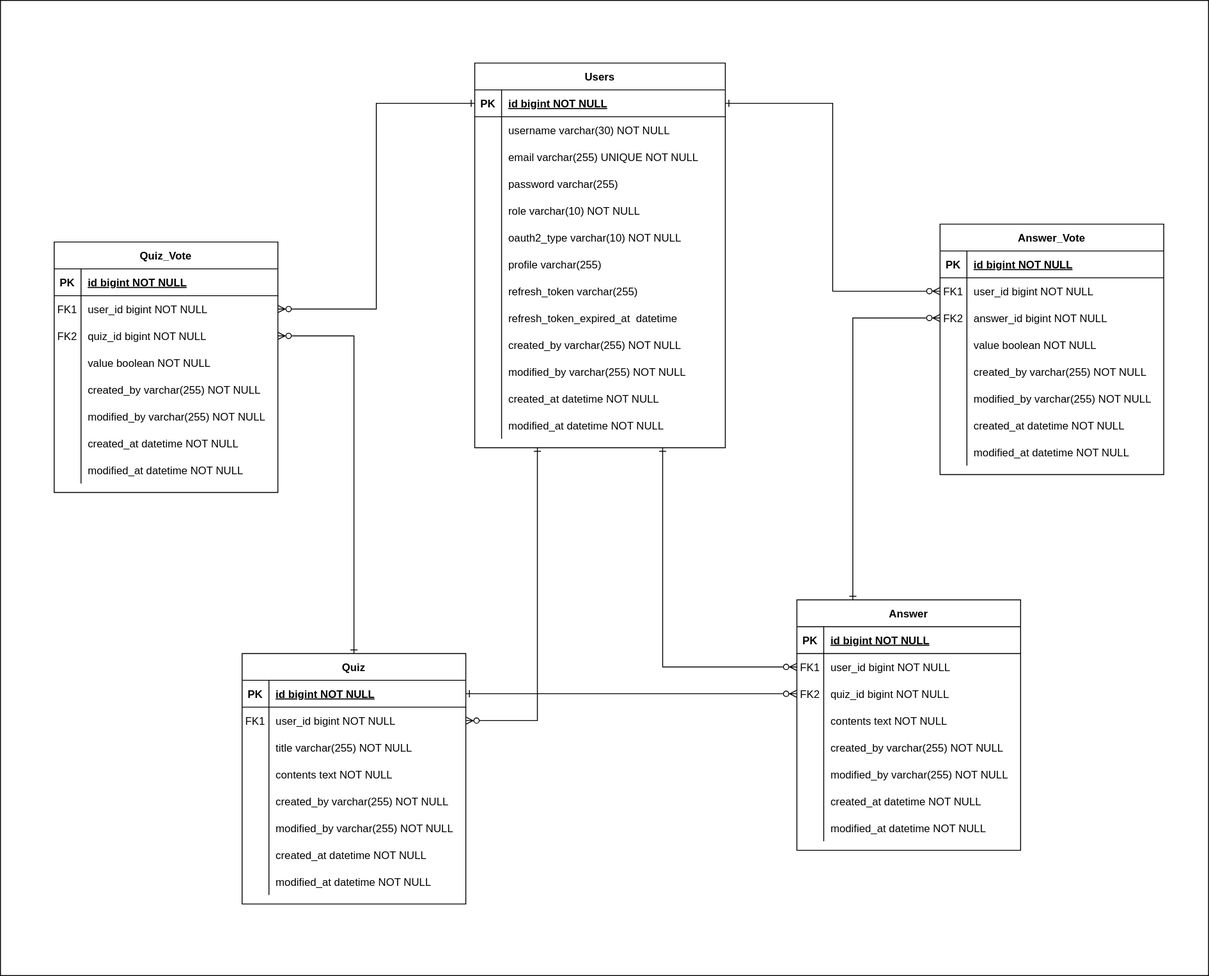
Earlier version of the draw.io export document/erd.svg (leesh5000/Quiz-Moa-BE). Source tidied: cells renumbered, new cells last; positions are measured from the earlier drawing's top-left corner, leaving out a move shared by most shapes.
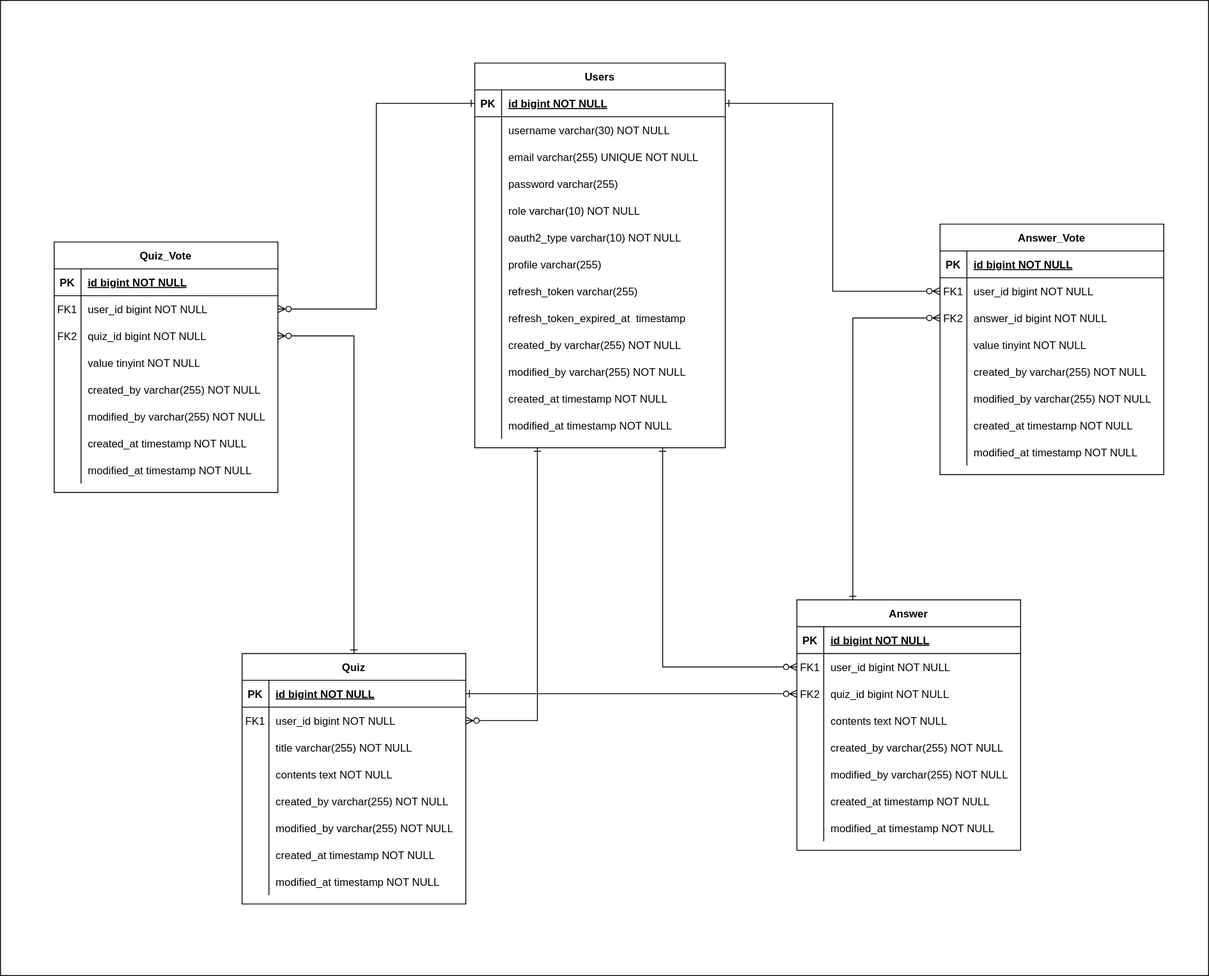
The same file after the commit.

What changed in the source:
```diff
@@ -68,7 +68,7 @@
     <mxCell id="23" style="shape=partialRectangle;overflow=hidden;fillColor=none;top=0;left=0;bottom=0;right=0;" parent="22" vertex="1">
       <mxGeometry width="30" height="30" as="geometry" />
     </mxCell>
-    <mxCell id="24" value="created_at datetime NOT NULL" style="shape=partialRectangle;overflow=hidden;fillColor=none;top=0;left=0;bottom=0;right=0;align=left;spacingLeft=6;" parent="22" vertex="1">
+    <mxCell id="24" value="created_at timestamp NOT NULL" style="shape=partialRectangle;overflow=hidden;fillColor=none;top=0;left=0;bottom=0;right=0;align=left;spacingLeft=6;" parent="22" vertex="1">
       <mxGeometry x="30" width="220" height="30" as="geometry" />
     </mxCell>
     <mxCell id="25" style="shape=partialRectangle;fillColor=none;top=0;left=0;right=0;bottom=0;" parent="3" vertex="1">
@@ -77,7 +77,7 @@
     <mxCell id="26" style="shape=partialRectangle;overflow=hidden;fillColor=none;top=0;left=0;bottom=0;right=0;" parent="25" vertex="1">
       <mxGeometry width="30" height="30" as="geometry" />
     </mxCell>
-    <mxCell id="27" value="modified_at datetime NOT NULL" style="shape=partialRectangle;overflow=hidden;fillColor=none;top=0;left=0;bottom=0;right=0;align=left;spacingLeft=6;" parent="25" vertex="1">
+    <mxCell id="27" value="modified_at timestamp NOT NULL" style="shape=partialRectangle;overflow=hidden;fillColor=none;top=0;left=0;bottom=0;right=0;align=left;spacingLeft=6;" parent="25" vertex="1">
       <mxGeometry x="30" width="220" height="30" as="geometry" />
     </mxCell>
     <mxCell id="28" value="Answer" style="shape=table;startSize=30;rowLines=0;fontStyle=1;align=center;" parent="1" vertex="1">
@@ -143,7 +143,7 @@
     <mxCell id="48" style="shape=partialRectangle;overflow=hidden;fillColor=none;top=0;left=0;bottom=0;right=0;" parent="47" vertex="1">
       <mxGeometry width="30" height="30" as="geometry" />
     </mxCell>
-    <mxCell id="49" value="created_at datetime NOT NULL" style="shape=partialRectangle;overflow=hidden;fillColor=none;top=0;left=0;bottom=0;right=0;align=left;spacingLeft=6;" parent="47" vertex="1">
+    <mxCell id="49" value="created_at timestamp NOT NULL" style="shape=partialRectangle;overflow=hidden;fillColor=none;top=0;left=0;bottom=0;right=0;align=left;spacingLeft=6;" parent="47" vertex="1">
       <mxGeometry x="30" width="220" height="30" as="geometry" />
     </mxCell>
     <mxCell id="50" style="shape=partialRectangle;fillColor=none;top=0;left=0;right=0;bottom=0;" parent="28" vertex="1">
@@ -152,7 +152,7 @@
     <mxCell id="51" style="shape=partialRectangle;overflow=hidden;fillColor=none;top=0;left=0;bottom=0;right=0;" parent="50" vertex="1">
       <mxGeometry width="30" height="30" as="geometry" />
     </mxCell>
-    <mxCell id="52" value="modified_at datetime NOT NULL" style="shape=partialRectangle;overflow=hidden;fillColor=none;top=0;left=0;bottom=0;right=0;align=left;spacingLeft=6;" parent="50" vertex="1">
+    <mxCell id="52" value="modified_at timestamp NOT NULL" style="shape=partialRectangle;overflow=hidden;fillColor=none;top=0;left=0;bottom=0;right=0;align=left;spacingLeft=6;" parent="50" vertex="1">
       <mxGeometry x="30" width="220" height="30" as="geometry" />
     </mxCell>
     <mxCell id="53" value="Users" style="shape=table;startSize=30;rowLines=0;fontStyle=1;align=center;" parent="1" vertex="1">
@@ -236,7 +236,7 @@
     <mxCell id="79" style="shape=partialRectangle;overflow=hidden;fillColor=none;top=0;left=0;bottom=0;right=0;" parent="78" vertex="1">
       <mxGeometry width="30" height="30" as="geometry" />
     </mxCell>
-    <mxCell id="80" value="refresh_token_expired_at  datetime" style="shape=partialRectangle;overflow=hidden;fillColor=none;top=0;left=0;bottom=0;right=0;align=left;spacingLeft=6;" parent="78" vertex="1">
+    <mxCell id="80" value="refresh_token_expired_at  timestamp" style="shape=partialRectangle;overflow=hidden;fillColor=none;top=0;left=0;bottom=0;right=0;align=left;spacingLeft=6;" parent="78" vertex="1">
       <mxGeometry x="30" width="250" height="30" as="geometry" />
     </mxCell>
     <mxCell id="81" style="shape=partialRectangle;fillColor=none;top=0;left=0;right=0;bottom=0;" parent="53" vertex="1">
@@ -263,7 +263,7 @@
     <mxCell id="88" style="shape=partialRectangle;overflow=hidden;fillColor=none;top=0;left=0;bottom=0;right=0;" parent="87" vertex="1">
       <mxGeometry width="30" height="30" as="geometry" />
     </mxCell>
-    <mxCell id="89" value="created_at datetime NOT NULL" style="shape=partialRectangle;overflow=hidden;fillColor=none;top=0;left=0;bottom=0;right=0;align=left;spacingLeft=6;" parent="87" vertex="1">
+    <mxCell id="89" value="created_at timestamp NOT NULL" style="shape=partialRectangle;overflow=hidden;fillColor=none;top=0;left=0;bottom=0;right=0;align=left;spacingLeft=6;" parent="87" vertex="1">
       <mxGeometry x="30" width="250" height="30" as="geometry" />
     </mxCell>
     <mxCell id="90" style="shape=partialRectangle;fillColor=none;top=0;left=0;right=0;bottom=0;" parent="53" vertex="1">
@@ -272,7 +272,7 @@
     <mxCell id="91" style="shape=partialRectangle;overflow=hidden;fillColor=none;top=0;left=0;bottom=0;right=0;" parent="90" vertex="1">
       <mxGeometry width="30" height="30" as="geometry" />
     </mxCell>
-    <mxCell id="92" value="modified_at datetime NOT NULL" style="shape=partialRectangle;overflow=hidden;fillColor=none;top=0;left=0;bottom=0;right=0;align=left;spacingLeft=6;" parent="90" vertex="1">
+    <mxCell id="92" value="modified_at timestamp NOT NULL" style="shape=partialRectangle;overflow=hidden;fillColor=none;top=0;left=0;bottom=0;right=0;align=left;spacingLeft=6;" parent="90" vertex="1">
       <mxGeometry x="30" width="250" height="30" as="geometry" />
     </mxCell>
     <mxCell id="93" value="Quiz_Vote" style="shape=table;startSize=30;rowLines=0;fontStyle=1;align=center;" parent="1" vertex="1">
@@ -311,7 +311,7 @@
     <mxCell id="104" style="shape=partialRectangle;overflow=hidden;fillColor=none;top=0;left=0;bottom=0;right=0;" parent="103" vertex="1">
       <mxGeometry width="30" height="30" as="geometry" />
     </mxCell>
-    <mxCell id="105" value="value boolean NOT NULL" style="shape=partialRectangle;overflow=hidden;fillColor=none;top=0;left=0;bottom=0;right=0;align=left;spacingLeft=6;" parent="103" vertex="1">
+    <mxCell id="105" value="value tinyint NOT NULL" style="shape=partialRectangle;overflow=hidden;fillColor=none;top=0;left=0;bottom=0;right=0;align=left;spacingLeft=6;" parent="103" vertex="1">
       <mxGeometry x="30" width="220" height="30" as="geometry" />
     </mxCell>
     <mxCell id="106" style="shape=partialRectangle;fillColor=none;top=0;left=0;right=0;bottom=0;" parent="93" vertex="1">
@@ -338,7 +338,7 @@
     <mxCell id="113" style="shape=partialRectangle;overflow=hidden;fillColor=none;top=0;left=0;bottom=0;right=0;" parent="112" vertex="1">
       <mxGeometry width="30" height="30" as="geometry" />
     </mxCell>
-    <mxCell id="114" value="created_at datetime NOT NULL" style="shape=partialRectangle;overflow=hidden;fillColor=none;top=0;left=0;bottom=0;right=0;align=left;spacingLeft=6;" parent="112" vertex="1">
+    <mxCell id="114" value="created_at timestamp NOT NULL" style="shape=partialRectangle;overflow=hidden;fillColor=none;top=0;left=0;bottom=0;right=0;align=left;spacingLeft=6;" parent="112" vertex="1">
       <mxGeometry x="30" width="220" height="30" as="geometry" />
     </mxCell>
     <mxCell id="115" style="shape=partialRectangle;fillColor=none;top=0;left=0;right=0;bottom=0;" parent="93" vertex="1">
@@ -347,7 +347,7 @@
     <mxCell id="116" style="shape=partialRectangle;overflow=hidden;fillColor=none;top=0;left=0;bottom=0;right=0;" parent="115" vertex="1">
       <mxGeometry width="30" height="30" as="geometry" />
     </mxCell>
-    <mxCell id="117" value="modified_at datetime NOT NULL" style="shape=partialRectangle;overflow=hidden;fillColor=none;top=0;left=0;bottom=0;right=0;align=left;spacingLeft=6;" parent="115" vertex="1">
+    <mxCell id="117" value="modified_at timestamp NOT NULL" style="shape=partialRectangle;overflow=hidden;fillColor=none;top=0;left=0;bottom=0;right=0;align=left;spacingLeft=6;" parent="115" vertex="1">
       <mxGeometry x="30" width="220" height="30" as="geometry" />
     </mxCell>
     <mxCell id="118" value="Answer_Vote" style="shape=table;startSize=30;rowLines=0;fontStyle=1;align=center;" parent="1" vertex="1">
@@ -386,7 +386,7 @@
     <mxCell id="129" style="shape=partialRectangle;overflow=hidden;fillColor=none;top=0;left=0;bottom=0;right=0;" parent="128" vertex="1">
       <mxGeometry width="30" height="30" as="geometry" />
     </mxCell>
-    <mxCell id="130" value="value boolean NOT NULL" style="shape=partialRectangle;overflow=hidden;fillColor=none;top=0;left=0;bottom=0;right=0;align=left;spacingLeft=6;" parent="128" vertex="1">
+    <mxCell id="130" value="value tinyint NOT NULL" style="shape=partialRectangle;overflow=hidden;fillColor=none;top=0;left=0;bottom=0;right=0;align=left;spacingLeft=6;" parent="128" vertex="1">
       <mxGeometry x="30" width="220" height="30" as="geometry" />
     </mxCell>
     <mxCell id="131" style="shape=partialRectangle;fillColor=none;top=0;left=0;right=0;bottom=0;" parent="118" vertex="1">
@@ -413,7 +413,7 @@
     <mxCell id="138" style="shape=partialRectangle;overflow=hidden;fillColor=none;top=0;left=0;bottom=0;right=0;" parent="137" vertex="1">
       <mxGeometry width="30" height="30" as="geometry" />
     </mxCell>
-    <mxCell id="139" value="created_at datetime NOT NULL" style="shape=partialRectangle;overflow=hidden;fillColor=none;top=0;left=0;bottom=0;right=0;align=left;spacingLeft=6;" parent="137" vertex="1">
+    <mxCell id="139" value="created_at timestamp NOT NULL" style="shape=partialRectangle;overflow=hidden;fillColor=none;top=0;left=0;bottom=0;right=0;align=left;spacingLeft=6;" parent="137" vertex="1">
       <mxGeometry x="30" width="220" height="30" as="geometry" />
     </mxCell>
     <mxCell id="140" style="shape=partialRectangle;fillColor=none;top=0;left=0;right=0;bottom=0;" parent="118" vertex="1">
@@ -422,7 +422,7 @@
     <mxCell id="141" style="shape=partialRectangle;overflow=hidden;fillColor=none;top=0;left=0;bottom=0;right=0;" parent="140" vertex="1">
       <mxGeometry width="30" height="30" as="geometry" />
     </mxCell>
-    <mxCell id="142" value="modified_at datetime NOT NULL" style="shape=partialRectangle;overflow=hidden;fillColor=none;top=0;left=0;bottom=0;right=0;align=left;spacingLeft=6;" parent="140" vertex="1">
+    <mxCell id="142" value="modified_at timestamp NOT NULL" style="shape=partialRectangle;overflow=hidden;fillColor=none;top=0;left=0;bottom=0;right=0;align=left;spacingLeft=6;" parent="140" vertex="1">
       <mxGeometry x="30" width="220" height="30" as="geometry" />
     </mxCell>
     <mxCell id="143" style="edgeStyle=orthogonalEdgeStyle;rounded=0;jettySize=auto;html=1;exitX=1;exitY=0.5;exitDx=0;exitDy=0;entryX=0.25;entryY=1;entryDx=0;entryDy=0;endArrow=ERone;endFill=0;startArrow=ERzeroToMany;startFill=0;" parent="1" edge="1" source="7" target="53">
```
